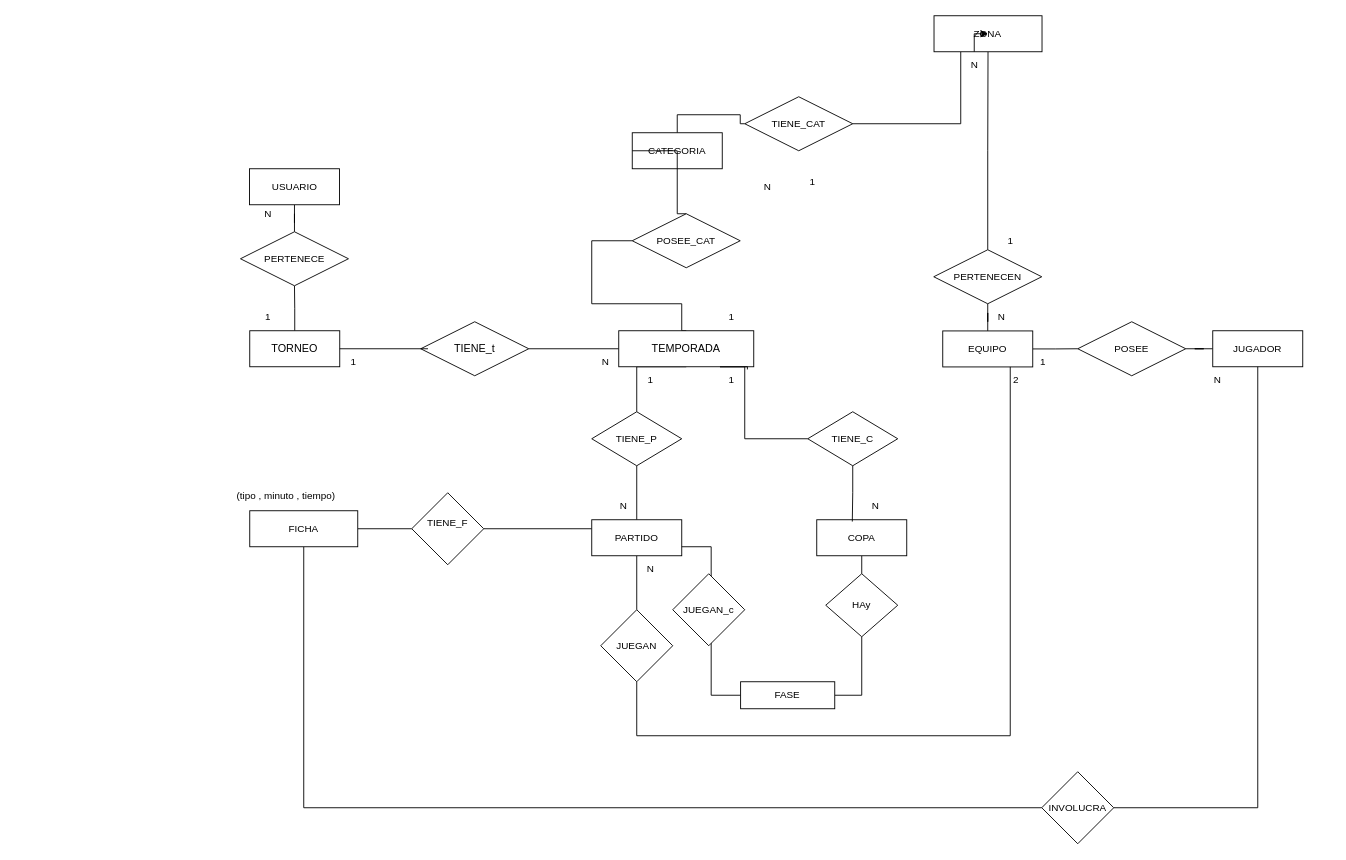
Earlier version of the draw.io diagram modelo-entidad-relacion.drawio (FranceFalci/api-tournamrnt). Source tidied: cells renumbered, new cells numbered last; positions are measured from the earlier drawing's top-left corner, leaving out a move shared by most shapes. Both pictures are drawn from the tidied source at 90%, with x=0, y=0 at pixel (227, 15).
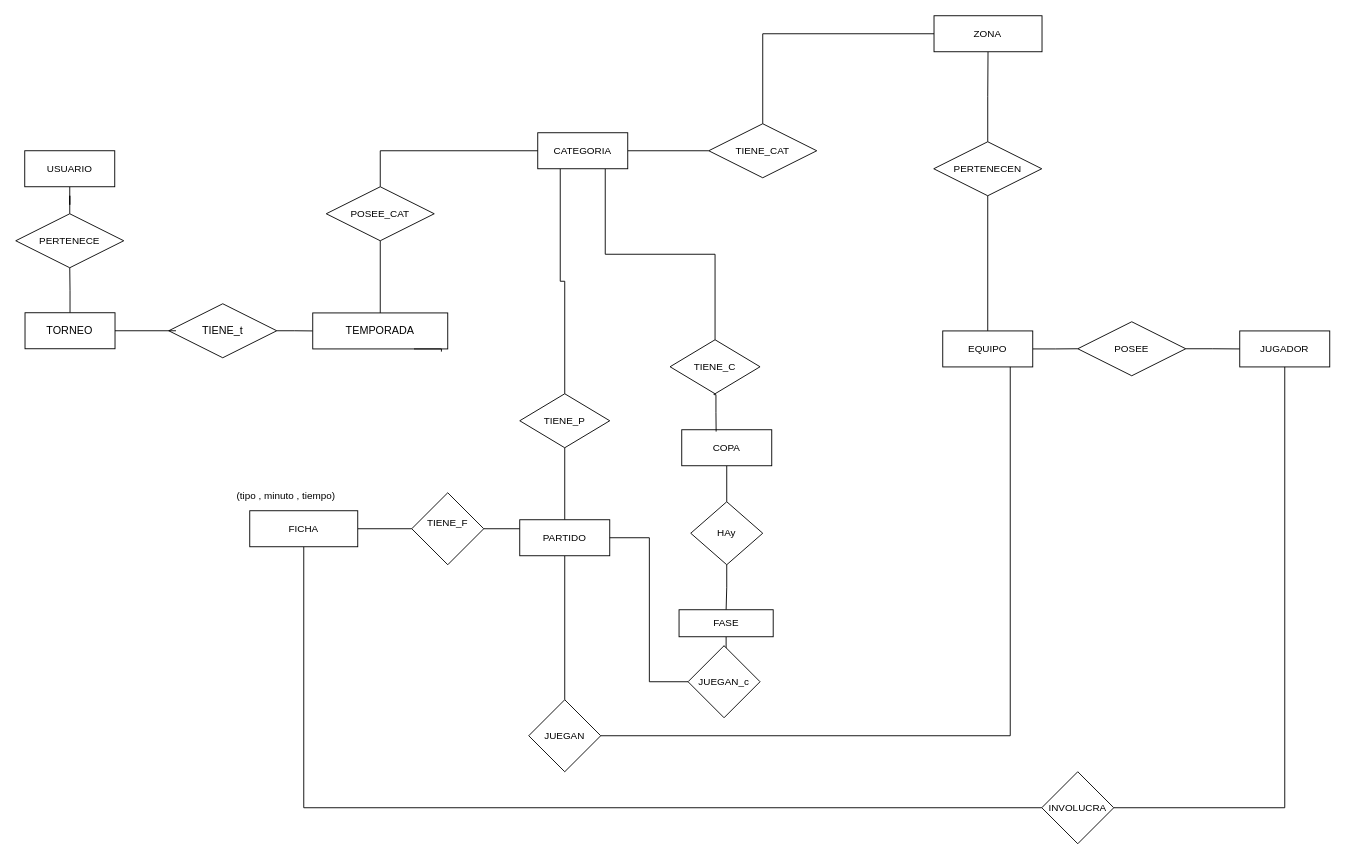
The same diagram, later.

The change refers to these unchanged cells:
```xml
<mxCell id="23" value="EQUIPO" style="whiteSpace=wrap;html=1;align=center;fontFamily=Helvetica;fontSize=11;fontColor=default;labelBackgroundColor=default;" parent="1" vertex="1">
  <mxGeometry x="795" y="350.2" width="100" height="40" as="geometry" />
</mxCell>
<mxCell id="33" value="ZONA" style="whiteSpace=wrap;html=1;fontSize=11;labelBackgroundColor=default;" parent="1" vertex="1">
  <mxGeometry x="785.3" width="120" height="40" as="geometry" />
</mxCell>
```

What changed in the source:
```diff
@@
-    <mxCell id="3" style="edgeStyle=orthogonalEdgeStyle;rounded=0;jettySize=auto;html=1;exitX=0.5;exitY=0;exitDx=0;exitDy=0;strokeColor=default;align=center;verticalAlign=middle;fontFamily=Helvetica;fontSize=11;fontColor=default;labelBackgroundColor=default;endArrow=none;endFill=0;" parent="1" edge="1" source="9" target="38">
-      <mxGeometry relative="1" as="geometry">
-        <Array as="points">
-          <mxPoint x="505" y="350" />
-          <mxPoint x="505" y="320" />
-          <mxPoint x="405" y="320" />
-        </Array>
-      </mxGeometry>
-    </mxCell>
     <mxCell id="4" value="TORNEO" style="whiteSpace=wrap;html=1;align=center;" parent="1" vertex="1">
-      <mxGeometry x="25" y="350" width="100" height="40" as="geometry" />
+      <mxGeometry x="-224.7" y="330" width="100" height="40" as="geometry" />
     </mxCell>
@@
     <mxCell id="6" value="TIENE_t" style="shape=rhombus;perimeter=rhombusPerimeter;whiteSpace=wrap;html=1;align=center;" parent="1" vertex="1">
-      <mxGeometry x="215" y="340" width="120" height="60" as="geometry" />
+      <mxGeometry x="-65" y="320" width="120" height="60" as="geometry" />
     </mxCell>
-    <mxCell id="7" style="edgeStyle=orthogonalEdgeStyle;rounded=0;jettySize=auto;html=1;exitX=0.5;exitY=1;exitDx=0;exitDy=0;strokeColor=default;align=center;verticalAlign=middle;fontFamily=Helvetica;fontSize=11;fontColor=default;labelBackgroundColor=default;endArrow=none;endFill=0;" parent="1" edge="1" source="9" target="12">
-      <mxGeometry relative="1" as="geometry">
-        <Array as="points">
-          <mxPoint x="455" y="390" />
-        </Array>
-      </mxGeometry>
-    </mxCell>
-    <mxCell id="8" style="edgeStyle=orthogonalEdgeStyle;rounded=0;jettySize=auto;html=1;exitX=0.75;exitY=1;exitDx=0;exitDy=0;strokeColor=default;align=center;verticalAlign=middle;fontFamily=Helvetica;fontSize=11;fontColor=default;labelBackgroundColor=default;endArrow=none;endFill=0;" parent="1" edge="1" source="9" target="16">
-      <mxGeometry relative="1" as="geometry">
-        <Array as="points">
-          <mxPoint x="575" y="390" />
-        </Array>
-      </mxGeometry>
-    </mxCell>
+    <mxCell id="3" style="edgeStyle=orthogonalEdgeStyle;rounded=0;jettySize=auto;html=1;exitX=0.5;exitY=0;exitDx=0;exitDy=0;entryX=0.5;entryY=1;entryDx=0;entryDy=0;endArrow=none;endFill=0;" parent="1" edge="1" source="9" target="38">
+      <mxGeometry relative="1" as="geometry" />
+    </mxCell>
     <mxCell id="9" value="TEMPORADA" style="whiteSpace=wrap;html=1;align=center;" parent="1" vertex="1">
-      <mxGeometry x="435" y="350" width="150" height="40" as="geometry" />
+      <mxGeometry x="95" y="330.2" width="150" height="40" as="geometry" />
     </mxCell>
@@
+    <mxCell id="72" style="edgeStyle=orthogonalEdgeStyle;rounded=0;jettySize=auto;html=1;exitX=0.5;exitY=0;exitDx=0;exitDy=0;entryX=0.25;entryY=1;entryDx=0;entryDy=0;strokeColor=default;align=center;verticalAlign=middle;fontFamily=Helvetica;fontSize=11;fontColor=default;labelBackgroundColor=default;endArrow=none;endFill=0;" parent="1" edge="1" source="12" target="30">
+      <mxGeometry relative="1" as="geometry" />
+    </mxCell>
     <mxCell id="12" value="TIENE_P" style="shape=rhombus;perimeter=rhombusPerimeter;whiteSpace=wrap;html=1;align=center;fontFamily=Helvetica;fontSize=11;fontColor=default;labelBackgroundColor=default;" parent="1" vertex="1">
-      <mxGeometry x="405" y="440" width="100" height="60" as="geometry" />
+      <mxGeometry x="325" y="420" width="100" height="60" as="geometry" />
     </mxCell>
@@
     <mxCell id="15" value="PARTIDO" style="whiteSpace=wrap;html=1;align=center;fontFamily=Helvetica;fontSize=11;fontColor=default;labelBackgroundColor=default;" parent="1" vertex="1">
-      <mxGeometry x="405" y="560" width="100" height="40" as="geometry" />
+      <mxGeometry x="325" y="560" width="100" height="40" as="geometry" />
     </mxCell>
+    <mxCell id="73" style="edgeStyle=orthogonalEdgeStyle;rounded=0;jettySize=auto;html=1;exitX=0.5;exitY=0;exitDx=0;exitDy=0;entryX=0.75;entryY=1;entryDx=0;entryDy=0;strokeColor=default;align=center;verticalAlign=middle;fontFamily=Helvetica;fontSize=11;fontColor=default;labelBackgroundColor=default;endArrow=none;endFill=0;" parent="1" edge="1" source="16" target="30">
+      <mxGeometry relative="1" as="geometry" />
+    </mxCell>
     <mxCell id="16" value="TIENE_C" style="shape=rhombus;perimeter=rhombusPerimeter;whiteSpace=wrap;html=1;align=center;fontFamily=Helvetica;fontSize=11;fontColor=default;labelBackgroundColor=default;" parent="1" vertex="1">
-      <mxGeometry x="645" y="440" width="100" height="60" as="geometry" />
+      <mxGeometry x="492" y="360" width="100" height="60" as="geometry" />
     </mxCell>
@@
     <mxCell id="19" value="COPA" style="whiteSpace=wrap;html=1;align=center;fontFamily=Helvetica;fontSize=11;fontColor=default;labelBackgroundColor=default;" parent="1" vertex="1">
-      <mxGeometry x="655" y="560" width="100" height="40" as="geometry" />
+      <mxGeometry x="505" y="460" width="100" height="40" as="geometry" />
     </mxCell>
-    <mxCell id="20" style="edgeStyle=orthogonalEdgeStyle;rounded=0;jettySize=auto;html=1;exitX=0.5;exitY=1;exitDx=0;exitDy=0;entryX=0.395;entryY=0.05;entryDx=0;entryDy=0;entryPerimeter=0;strokeColor=default;align=center;verticalAlign=middle;fontFamily=Helvetica;fontSize=11;fontColor=default;labelBackgroundColor=default;endArrow=none;endFill=0;" parent="1" edge="1" source="16" target="19">
-      <mxGeometry relative="1" as="geometry" />
+    <mxCell id="20" style="edgeStyle=orthogonalEdgeStyle;rounded=0;orthogonalLoop=1;jettySize=auto;html=1;exitX=0.5;exitY=1;exitDx=0;exitDy=0;entryX=0.395;entryY=0.05;entryDx=0;entryDy=0;entryPerimeter=0;strokeColor=default;align=center;verticalAlign=middle;fontFamily=Helvetica;fontSize=11;fontColor=default;labelBackgroundColor=default;endArrow=none;endFill=0;" parent="1" edge="1">
+      <mxGeometry relative="1" as="geometry">
+        <mxPoint x="540.8" y="420" as="sourcePoint" />
+        <mxPoint x="543.2" y="462" as="targetPoint" />
+        <Array as="points">
+          <mxPoint x="541" y="421" />
+          <mxPoint x="543" y="421" />
+          <mxPoint x="543" y="441" />
+        </Array>
+      </mxGeometry>
     </mxCell>
@@
     <mxCell id="26" value="JUGADOR" style="whiteSpace=wrap;html=1;align=center;fontFamily=Helvetica;fontSize=11;fontColor=default;labelBackgroundColor=default;" parent="1" vertex="1">
-      <mxGeometry x="1095" y="350" width="100" height="40" as="geometry" />
+      <mxGeometry x="1125" y="350.2" width="100" height="40" as="geometry" />
     </mxCell>
@@
     <mxCell id="28" value="PERTENECEN" style="shape=rhombus;perimeter=rhombusPerimeter;whiteSpace=wrap;html=1;align=center;fontFamily=Helvetica;fontSize=11;fontColor=default;labelBackgroundColor=default;" parent="1" vertex="1">
-      <mxGeometry x="785" y="260" width="120" height="60" as="geometry" />
+      <mxGeometry x="785" y="140" width="120" height="60" as="geometry" />
     </mxCell>
-    <mxCell id="29" style="edgeStyle=orthogonalEdgeStyle;rounded=0;jettySize=auto;html=1;exitX=0.5;exitY=0;exitDx=0;exitDy=0;strokeColor=default;align=center;verticalAlign=middle;fontFamily=Helvetica;fontSize=11;fontColor=default;labelBackgroundColor=default;endArrow=none;endFill=0;" parent="1" edge="1" source="30" target="32">
+    <mxCell id="29" style="edgeStyle=orthogonalEdgeStyle;rounded=0;jettySize=auto;html=1;strokeColor=default;align=center;verticalAlign=middle;fontFamily=Helvetica;fontSize=11;fontColor=default;labelBackgroundColor=default;endArrow=none;endFill=0;" parent="1" edge="1" source="30" target="32">
       <mxGeometry relative="1" as="geometry" />
     </mxCell>
     <mxCell id="30" value="CATEGORIA" style="whiteSpace=wrap;html=1;align=center;fontFamily=Helvetica;fontSize=11;fontColor=default;labelBackgroundColor=default;" parent="1" vertex="1">
-      <mxGeometry x="450" y="130" width="100" height="40" as="geometry" />
+      <mxGeometry x="345" y="130" width="100" height="40" as="geometry" />
     </mxCell>
     <mxCell id="31" style="edgeStyle=orthogonalEdgeStyle;rounded=0;jettySize=auto;html=1;strokeColor=default;align=center;verticalAlign=middle;fontFamily=Helvetica;fontSize=11;fontColor=default;labelBackgroundColor=default;endArrow=none;endFill=0;" parent="1" edge="1" source="32" target="33">
       <mxGeometry relative="1" as="geometry">
         <Array as="points">
-          <mxPoint x="815" y="120" />
+          <mxPoint x="595" y="20" />
         </Array>
       </mxGeometry>
     </mxCell>
     <mxCell id="32" value="TIENE_CAT" style="shape=rhombus;perimeter=rhombusPerimeter;whiteSpace=wrap;html=1;align=center;fontFamily=Helvetica;fontSize=11;fontColor=default;labelBackgroundColor=default;" parent="1" vertex="1">
-      <mxGeometry x="575" y="90" width="120" height="60" as="geometry" />
+      <mxGeometry x="535" y="120" width="120" height="60" as="geometry" />
     </mxCell>
@@
     <mxCell id="35" value="PERTENECE" style="shape=rhombus;perimeter=rhombusPerimeter;whiteSpace=wrap;html=1;align=center;fontFamily=Helvetica;fontSize=11;fontColor=default;labelBackgroundColor=default;" parent="1" vertex="1">
-      <mxGeometry x="14.7" y="240" width="120" height="60" as="geometry" />
+      <mxGeometry x="-235" y="220" width="120" height="60" as="geometry" />
     </mxCell>
     <mxCell id="36" value="USUARIO" style="whiteSpace=wrap;html=1;align=center;fontFamily=Helvetica;fontSize=11;fontColor=default;labelBackgroundColor=default;" parent="1" vertex="1">
-      <mxGeometry x="24.7" y="170" width="100" height="40" as="geometry" />
+      <mxGeometry x="-225" y="150" width="100" height="40" as="geometry" />
     </mxCell>
     <mxCell id="37" style="edgeStyle=orthogonalEdgeStyle;rounded=0;jettySize=auto;html=1;exitX=0.5;exitY=0;exitDx=0;exitDy=0;strokeColor=default;align=center;verticalAlign=middle;fontFamily=Helvetica;fontSize=11;fontColor=default;labelBackgroundColor=default;endArrow=none;endFill=0;entryX=0;entryY=0.5;entryDx=0;entryDy=0;" parent="1" edge="1" source="38" target="30">
       <mxGeometry relative="1" as="geometry">
         <Array as="points">
-          <mxPoint x="500" y="220" />
-          <mxPoint x="500" y="150" />
+          <mxPoint x="170" y="150" />
         </Array>
       </mxGeometry>
     </mxCell>
     <mxCell id="38" value="POSEE_CAT" style="shape=rhombus;perimeter=rhombusPerimeter;whiteSpace=wrap;html=1;align=center;fontFamily=Helvetica;fontSize=11;fontColor=default;labelBackgroundColor=default;" parent="1" vertex="1">
-      <mxGeometry x="450" y="220" width="120" height="60" as="geometry" />
+      <mxGeometry x="110" y="190" width="120" height="60" as="geometry" />
     </mxCell>
-    <mxCell id="39" value="1" style="text;html=1;align=center;verticalAlign=middle;strokeColor=none;fillColor=none;fontFamily=Helvetica;fontSize=11;fontColor=default;labelBackgroundColor=default;" parent="1" vertex="1">
-      <mxGeometry x="30" y="320.2" width="30" height="30" as="geometry" />
-    </mxCell>
-    <mxCell id="40" value="N" style="text;html=1;align=center;verticalAlign=middle;strokeColor=none;fillColor=none;fontFamily=Helvetica;fontSize=11;fontColor=default;labelBackgroundColor=default;" parent="1" vertex="1">
-      <mxGeometry x="30" y="205" width="30" height="30" as="geometry" />
-    </mxCell>
-    <mxCell id="41" value="N" style="text;html=1;align=center;verticalAlign=middle;fillColor=none;fontFamily=Helvetica;fontSize=11;labelBackgroundColor=default;" parent="1" vertex="1">
-      <mxGeometry x="405" y="370" width="30" height="30" as="geometry" />
-    </mxCell>
-    <mxCell id="42" value="1" style="text;html=1;align=center;verticalAlign=middle;strokeColor=none;fillColor=none;fontFamily=Helvetica;fontSize=11;fontColor=default;labelBackgroundColor=default;" parent="1" vertex="1">
-      <mxGeometry x="125" y="370" width="30" height="30" as="geometry" />
-    </mxCell>
-    <mxCell id="43" value="N" style="text;html=1;align=center;verticalAlign=middle;fillColor=none;fontFamily=Helvetica;fontSize=11;labelBackgroundColor=default;" parent="1" vertex="1">
-      <mxGeometry x="585" y="175" width="30" height="30" as="geometry" />
-    </mxCell>
-    <mxCell id="44" value="1" style="text;html=1;align=center;verticalAlign=middle;strokeColor=none;fillColor=none;fontFamily=Helvetica;fontSize=11;fontColor=default;labelBackgroundColor=default;" parent="1" vertex="1">
-      <mxGeometry x="545" y="320" width="30" height="30" as="geometry" />
-    </mxCell>
-    <mxCell id="45" value="N" style="text;html=1;align=center;verticalAlign=middle;fillColor=none;fontFamily=Helvetica;fontSize=11;labelBackgroundColor=default;" parent="1" vertex="1">
-      <mxGeometry x="1085" y="390" width="30" height="30" as="geometry" />
-    </mxCell>
-    <mxCell id="46" value="1" style="text;html=1;align=center;verticalAlign=middle;strokeColor=none;fillColor=none;fontFamily=Helvetica;fontSize=11;fontColor=default;labelBackgroundColor=default;" parent="1" vertex="1">
-      <mxGeometry x="891" y="370" width="30" height="30" as="geometry" />
-    </mxCell>
-    <mxCell id="47" value="1" style="text;html=1;align=center;verticalAlign=middle;strokeColor=none;fillColor=none;fontFamily=Helvetica;fontSize=11;fontColor=default;labelBackgroundColor=default;" parent="1" vertex="1">
-      <mxGeometry x="855" y="235" width="30" height="30" as="geometry" />
-    </mxCell>
-    <mxCell id="48" value="N" style="text;html=1;align=center;verticalAlign=middle;fillColor=none;fontFamily=Helvetica;fontSize=11;labelBackgroundColor=default;" parent="1" vertex="1">
-      <mxGeometry x="845" y="320" width="30" height="30" as="geometry" />
-    </mxCell>
-    <mxCell id="49" value="1" style="text;html=1;align=center;verticalAlign=middle;strokeColor=none;fillColor=none;fontFamily=Helvetica;fontSize=11;fontColor=default;labelBackgroundColor=default;" parent="1" vertex="1">
-      <mxGeometry x="635" y="170" width="30" height="30" as="geometry" />
-    </mxCell>
-    <mxCell id="50" style="edgeStyle=orthogonalEdgeStyle;rounded=0;jettySize=auto;html=1;" parent="1" edge="1" source="51" target="33">
-      <mxGeometry relative="1" as="geometry" />
-    </mxCell>
-    <mxCell id="51" value="N" style="text;html=1;align=center;verticalAlign=middle;points=[];fillColor=none;fontFamily=Helvetica;fontSize=11;labelBackgroundColor=default;" parent="1" vertex="1">
-      <mxGeometry x="815" y="40" width="30" height="30" as="geometry" />
-    </mxCell>
-    <mxCell id="52" value="N" style="text;html=1;align=center;verticalAlign=middle;fillColor=none;fontFamily=Helvetica;fontSize=11;labelBackgroundColor=default;" parent="1" vertex="1">
-      <mxGeometry x="425" y="530" width="30" height="30" as="geometry" />
-    </mxCell>
-    <mxCell id="53" value="N" style="text;html=1;align=center;verticalAlign=middle;fillColor=none;fontFamily=Helvetica;fontSize=11;labelBackgroundColor=default;" parent="1" vertex="1">
-      <mxGeometry x="705" y="530" width="30" height="30" as="geometry" />
-    </mxCell>
-    <mxCell id="54" value="1" style="text;html=1;align=center;verticalAlign=middle;strokeColor=none;fillColor=none;fontFamily=Helvetica;fontSize=11;fontColor=default;labelBackgroundColor=default;" parent="1" vertex="1">
-      <mxGeometry x="455" y="390" width="30" height="30" as="geometry" />
-    </mxCell>
-    <mxCell id="55" value="1" style="text;html=1;align=center;verticalAlign=middle;strokeColor=none;fillColor=none;fontFamily=Helvetica;fontSize=11;fontColor=default;labelBackgroundColor=default;" parent="1" vertex="1">
-      <mxGeometry x="545" y="390.2" width="30" height="30" as="geometry" />
-    </mxCell>
-    <mxCell id="56" style="edgeStyle=orthogonalEdgeStyle;rounded=0;jettySize=auto;html=1;exitX=0.5;exitY=1;exitDx=0;exitDy=0;entryX=0.75;entryY=1;entryDx=0;entryDy=0;strokeColor=default;align=center;verticalAlign=middle;fontFamily=Helvetica;fontSize=11;fontColor=default;labelBackgroundColor=default;endArrow=none;endFill=0;" parent="1" edge="1" source="57" target="23">
+    <mxCell id="56" style="edgeStyle=orthogonalEdgeStyle;rounded=0;jettySize=auto;html=1;exitX=1;exitY=0.5;exitDx=0;exitDy=0;entryX=0.75;entryY=1;entryDx=0;entryDy=0;strokeColor=default;align=center;verticalAlign=middle;fontFamily=Helvetica;fontSize=11;fontColor=default;labelBackgroundColor=default;endArrow=none;endFill=0;" parent="1" edge="1" source="57" target="23">
       <mxGeometry relative="1" as="geometry">
         <Array as="points">
-          <mxPoint x="455" y="800" />
           <mxPoint x="870" y="800" />
         </Array>
       </mxGeometry>
     </mxCell>
     <mxCell id="57" value="JUEGAN" style="rhombus;whiteSpace=wrap;html=1;fontSize=11;labelBackgroundColor=default;" parent="1" vertex="1">
-      <mxGeometry x="415" y="660" width="80" height="80" as="geometry" />
+      <mxGeometry x="335" y="760" width="80" height="80" as="geometry" />
     </mxCell>
-    <mxCell id="58" value="2" style="text;html=1;align=center;verticalAlign=middle;strokeColor=none;fillColor=none;fontFamily=Helvetica;fontSize=11;fontColor=default;labelBackgroundColor=default;" parent="1" vertex="1">
-      <mxGeometry x="861" y="390" width="30" height="30" as="geometry" />
-    </mxCell>
-    <mxCell id="59" value="N" style="text;html=1;align=center;verticalAlign=middle;fillColor=none;fontFamily=Helvetica;fontSize=11;labelBackgroundColor=default;" parent="1" vertex="1">
-      <mxGeometry x="455" y="600" width="30" height="30" as="geometry" />
-    </mxCell>
@@
-    <mxCell id="65" style="edgeStyle=orthogonalEdgeStyle;rounded=0;jettySize=auto;html=1;exitX=0.5;exitY=1;exitDx=0;exitDy=0;strokeColor=default;align=center;verticalAlign=middle;fontFamily=Helvetica;fontSize=11;fontColor=default;labelBackgroundColor=default;endArrow=none;endFill=0;entryX=1;entryY=0.5;entryDx=0;entryDy=0;" parent="1" edge="1" source="66" target="68">
+    <mxCell id="65" style="edgeStyle=orthogonalEdgeStyle;rounded=0;jettySize=auto;html=1;exitX=0.5;exitY=1;exitDx=0;exitDy=0;strokeColor=default;align=center;verticalAlign=middle;fontFamily=Helvetica;fontSize=11;fontColor=default;labelBackgroundColor=default;endArrow=none;endFill=0;" parent="1" edge="1" source="66" target="68">
       <mxGeometry relative="1" as="geometry" />
     </mxCell>
     <mxCell id="66" value="HAy" style="rhombus;whiteSpace=wrap;html=1;fontFamily=Helvetica;fontSize=11;fontColor=default;labelBackgroundColor=default;" parent="1" vertex="1">
-      <mxGeometry x="665" y="620" width="80" height="70" as="geometry" />
+      <mxGeometry x="515" y="540" width="80" height="70" as="geometry" />
     </mxCell>
-    <mxCell id="67" style="edgeStyle=orthogonalEdgeStyle;rounded=0;jettySize=auto;html=1;exitX=0;exitY=0.5;exitDx=0;exitDy=0;entryX=1;entryY=0.75;entryDx=0;entryDy=0;strokeColor=default;align=center;verticalAlign=middle;fontFamily=Helvetica;fontSize=11;fontColor=default;labelBackgroundColor=default;endArrow=none;endFill=0;" parent="1" edge="1" source="68" target="15">
-      <mxGeometry relative="1" as="geometry" />
-    </mxCell>
+    <mxCell id="74" style="edgeStyle=orthogonalEdgeStyle;rounded=0;jettySize=auto;html=1;exitX=0.5;exitY=1;exitDx=0;exitDy=0;strokeColor=default;align=center;verticalAlign=middle;fontFamily=Helvetica;fontSize=11;fontColor=default;labelBackgroundColor=default;endArrow=none;endFill=0;" parent="1" edge="1" source="68" target="69">
+      <mxGeometry relative="1" as="geometry" />
+    </mxCell>
     <mxCell id="68" value="FASE" style="rounded=0;whiteSpace=wrap;html=1;fontFamily=Helvetica;fontSize=11;fontColor=default;labelBackgroundColor=default;" parent="1" vertex="1">
-      <mxGeometry x="570.4" y="740" width="104.6" height="30" as="geometry" />
+      <mxGeometry x="502" y="660" width="104.6" height="30" as="geometry" />
     </mxCell>
+    <mxCell id="75" style="edgeStyle=orthogonalEdgeStyle;rounded=0;jettySize=auto;html=1;exitX=0;exitY=0.5;exitDx=0;exitDy=0;entryX=1;entryY=0.5;entryDx=0;entryDy=0;strokeColor=default;align=center;verticalAlign=middle;fontFamily=Helvetica;fontSize=11;fontColor=default;labelBackgroundColor=default;endArrow=none;endFill=0;" parent="1" edge="1" source="69" target="15">
+      <mxGeometry relative="1" as="geometry">
+        <Array as="points">
+          <mxPoint x="469" y="740" />
+          <mxPoint x="469" y="580" />
+        </Array>
+      </mxGeometry>
+    </mxCell>
     <mxCell id="69" value="JUEGAN_c" style="rhombus;whiteSpace=wrap;html=1;fontSize=11;labelBackgroundColor=default;" parent="1" vertex="1">
-      <mxGeometry x="495" y="620" width="80" height="80" as="geometry" />
+      <mxGeometry x="512" y="700" width="80" height="80" as="geometry" />
     </mxCell>
```
